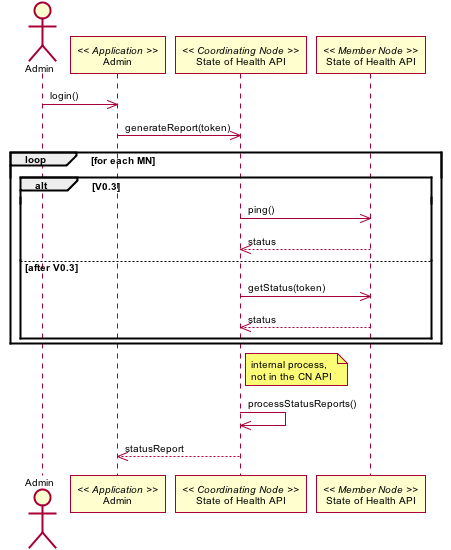
Earlier version of the PlantUML export source/UseCases/images/10_interaction.png (datadavev/DataONE_architecture).
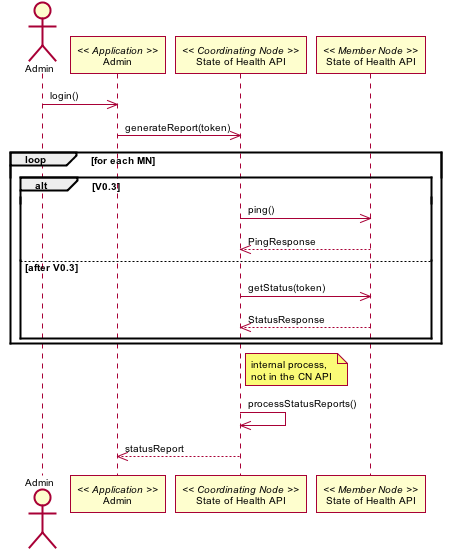
The same diagram one commit later.

The edit, as a diff of the source:
```diff
@@ -65,10 +65,10 @@
 loop for each MN
 alt V0.3
 c_health -> m_health: ping()
-m_health --> c_health: status
+m_health --> c_health: PingResponse
 else after V0.3
 c_health -> m_health: getStatus(token)
-m_health --> c_health: status
+m_health --> c_health: StatusResponse
 end
 end
 note right of c_health
```
